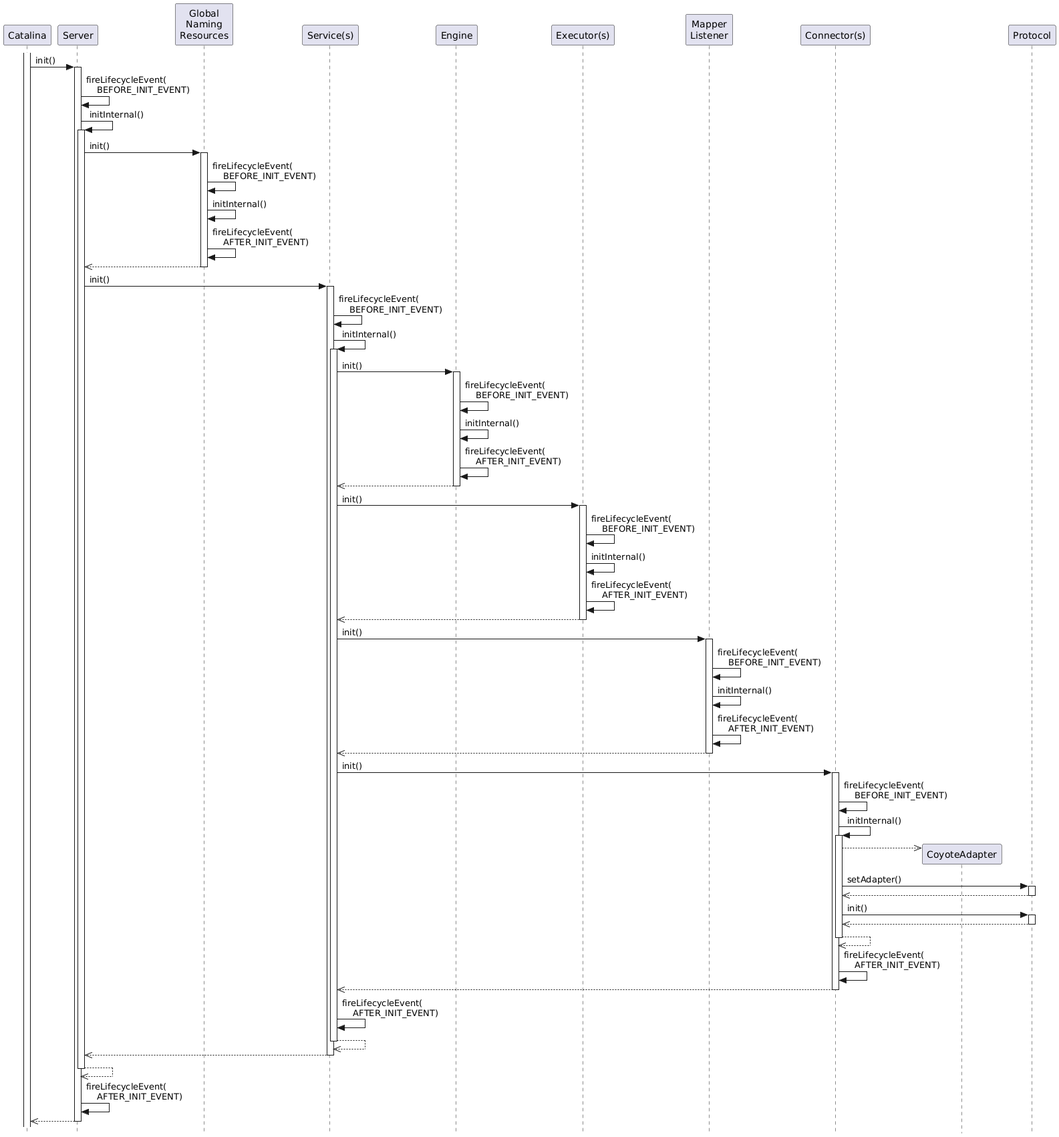
This is webapps/docs/architecture/startup/2_catalina_init.png from apache/tomcat, a PlantUML export, as it was before one commit.
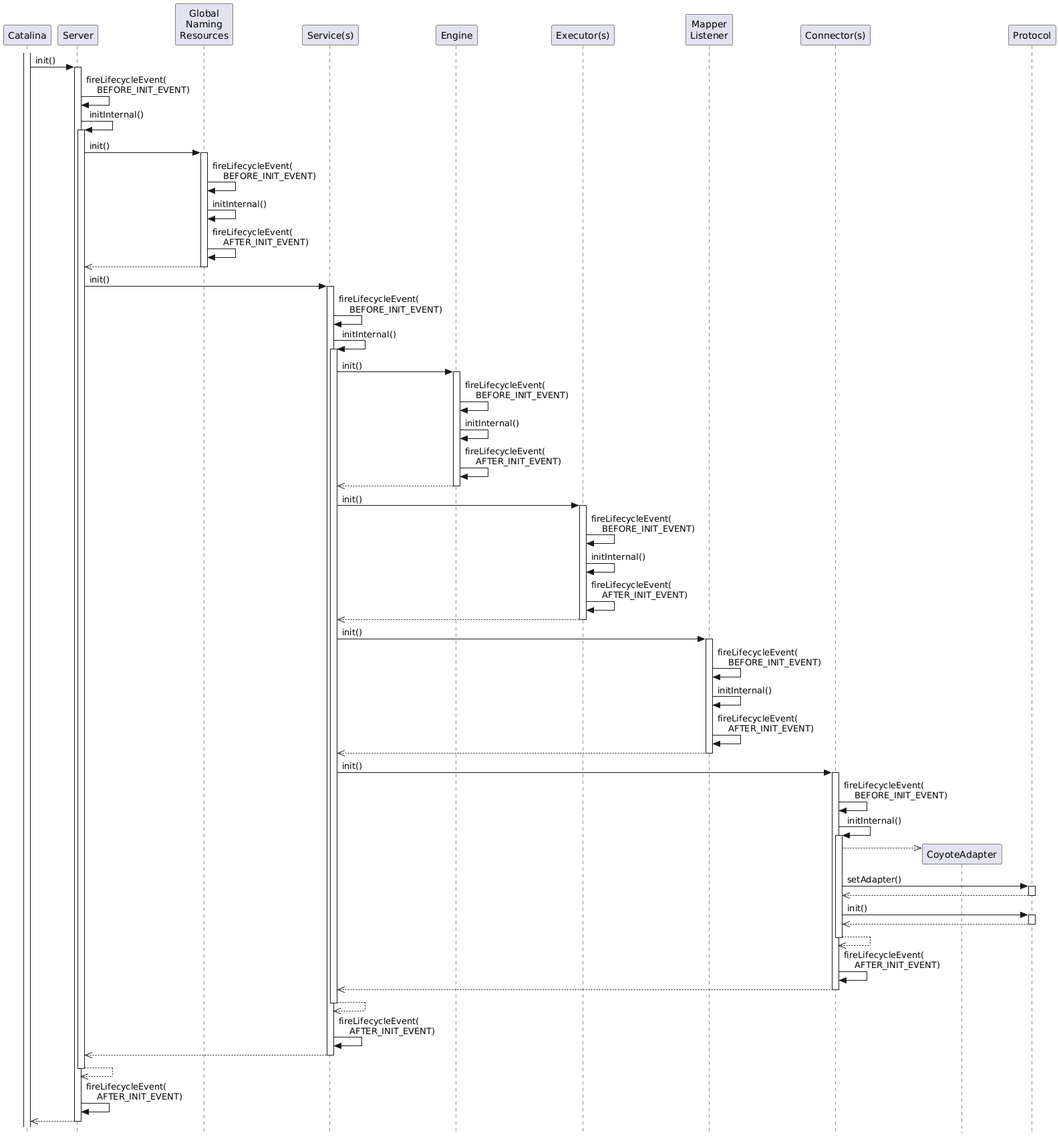
After the change.

Commit message:
Correct point at which Services fires AFTER_INIT_EVENT

What changed in the source:
```diff
@@ -89,10 +89,10 @@
 Services <<-- Connectors
 deactivate Connectors
 
-Services -> Services: fireLifecycleEvent(\n    AFTER_INIT_EVENT)
-
 Services -->> Services
 deactivate Services
+
+Services -> Services: fireLifecycleEvent(\n    AFTER_INIT_EVENT)
 
 Server <<-- Services
 deactivate Services
```
